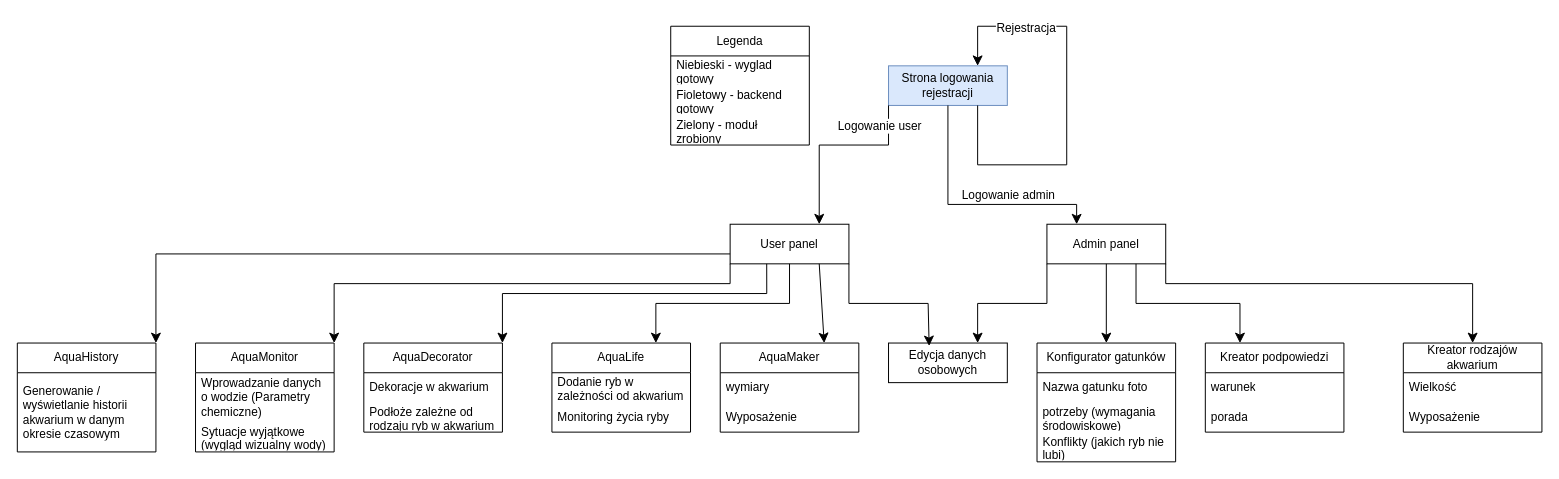
Before: Dokumentacja/front flow.drawio in MrGrzesiek/AquaFriends, a draw.io diagram. Source tidied: cells renumbered, new cells numbered last; positions are measured from the earlier drawing's top-left corner, leaving out a move shared by most shapes. Both pictures are drawn from the tidied source at 99%, with x=0, y=0 at pixel (17, 26).
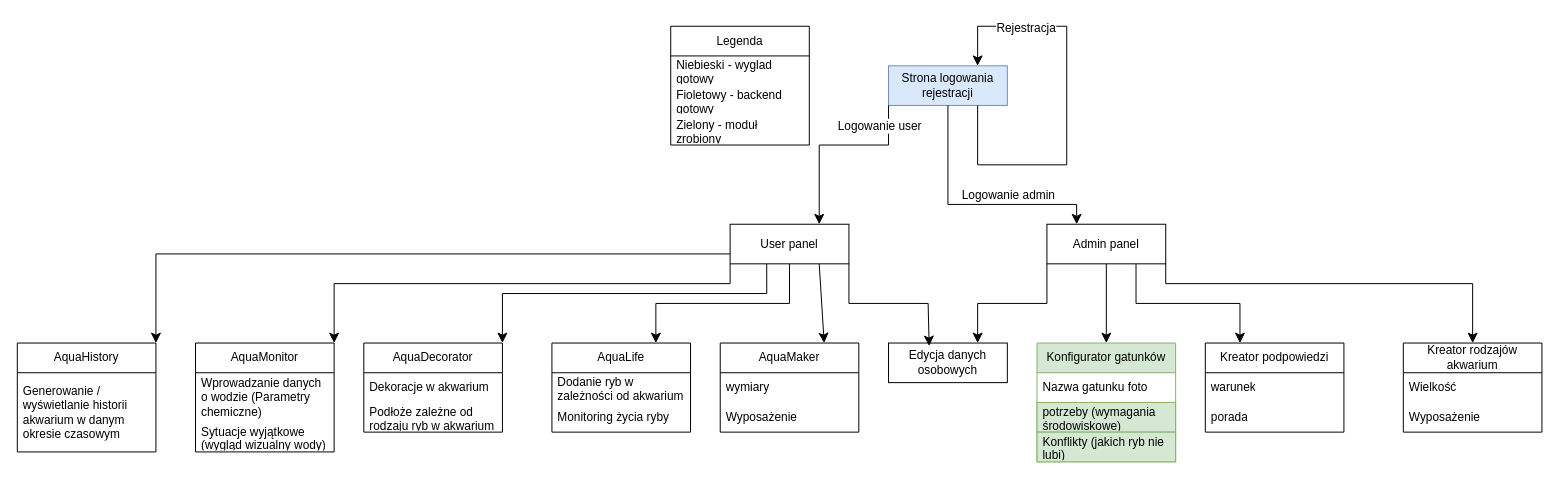
After the change.

The edit, as a diff of the source:
```diff
@@
-    <mxCell id="15" value="Konfigurator gatunków" style="swimlane;fontStyle=0;horizontal=1;startSize=30;whiteSpace=wrap;html=1;" parent="1" vertex="1">
+    <mxCell id="15" value="Konfigurator gatunków" style="swimlane;fontStyle=0;horizontal=1;startSize=30;whiteSpace=wrap;html=1;fillColor=#d5e8d4;strokeColor=#82b366;" parent="1" vertex="1">
       <mxGeometry x="1030" y="320" width="140" height="120" as="geometry" />
     </mxCell>
@@
-    <mxCell id="17" value="potrzeby (wymagania środowiskowe)" style="text;strokeColor=none;fillColor=none;align=left;verticalAlign=middle;spacingLeft=4;spacingRight=4;overflow=hidden;whiteSpace=wrap;html=1;" parent="15" vertex="1">
+    <mxCell id="17" value="potrzeby (wymagania środowiskowe)" style="text;strokeColor=#82b366;fillColor=#d5e8d4;align=left;verticalAlign=middle;spacingLeft=4;spacingRight=4;overflow=hidden;whiteSpace=wrap;html=1;" parent="15" vertex="1">
       <mxGeometry y="60" width="140" height="30" as="geometry" />
     </mxCell>
-    <mxCell id="18" value="Konflikty (jakich ryb nie lubi)" style="text;strokeColor=none;fillColor=none;align=left;verticalAlign=middle;spacingLeft=4;spacingRight=4;overflow=hidden;whiteSpace=wrap;html=1;" parent="15" vertex="1">
+    <mxCell id="18" value="Konflikty (jakich ryb nie lubi)" style="text;strokeColor=#82b366;fillColor=#d5e8d4;align=left;verticalAlign=middle;spacingLeft=4;spacingRight=4;overflow=hidden;whiteSpace=wrap;html=1;" parent="15" vertex="1">
       <mxGeometry y="90" width="140" height="30" as="geometry" />
     </mxCell>
```
